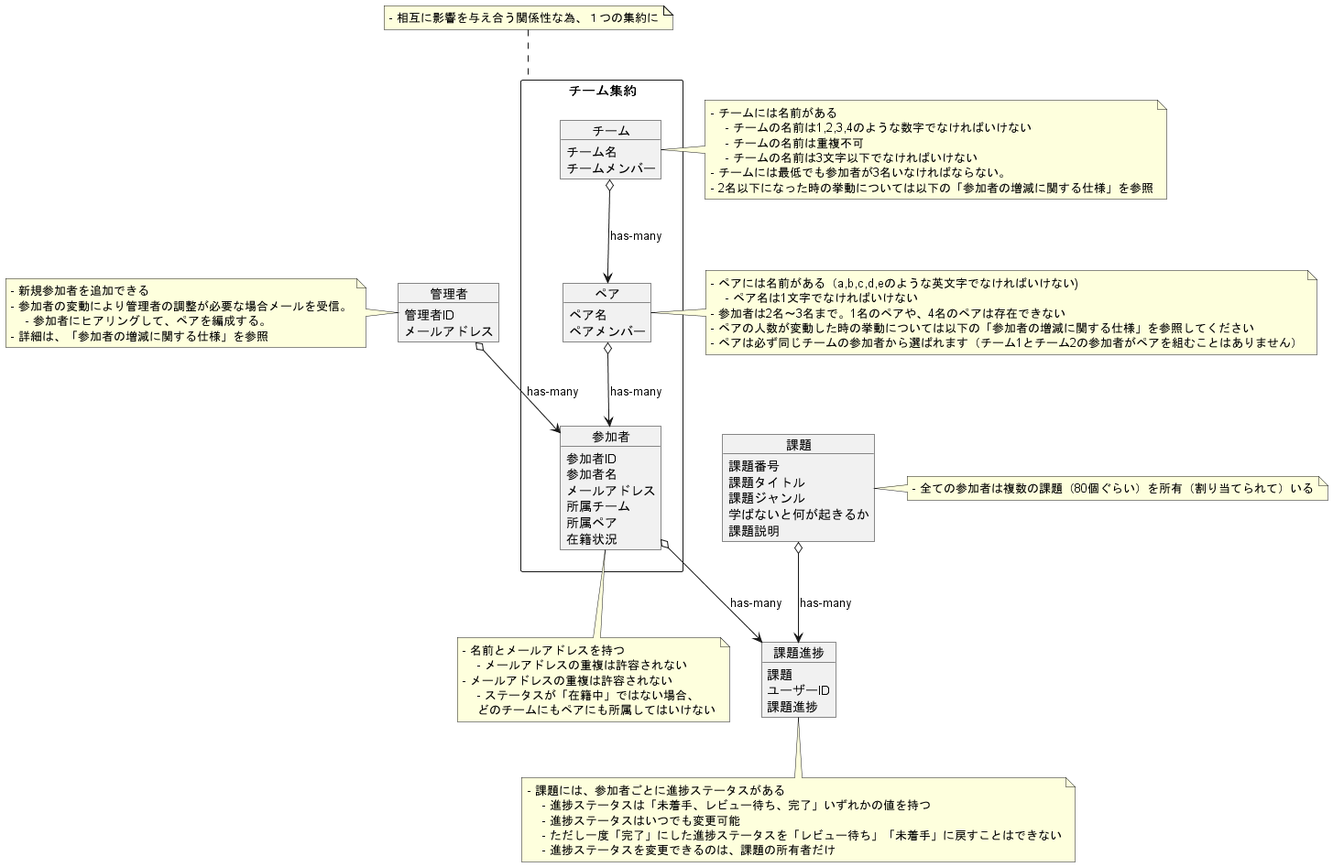
Above: 95IG7y3HHX7yl4/03_設計/04_特大課題：プラハチャレンジをDDDで実装してみる/ドメインモデル図/domain.png in praha-inc/praha-challenge-7 (PlantUML), before the change.
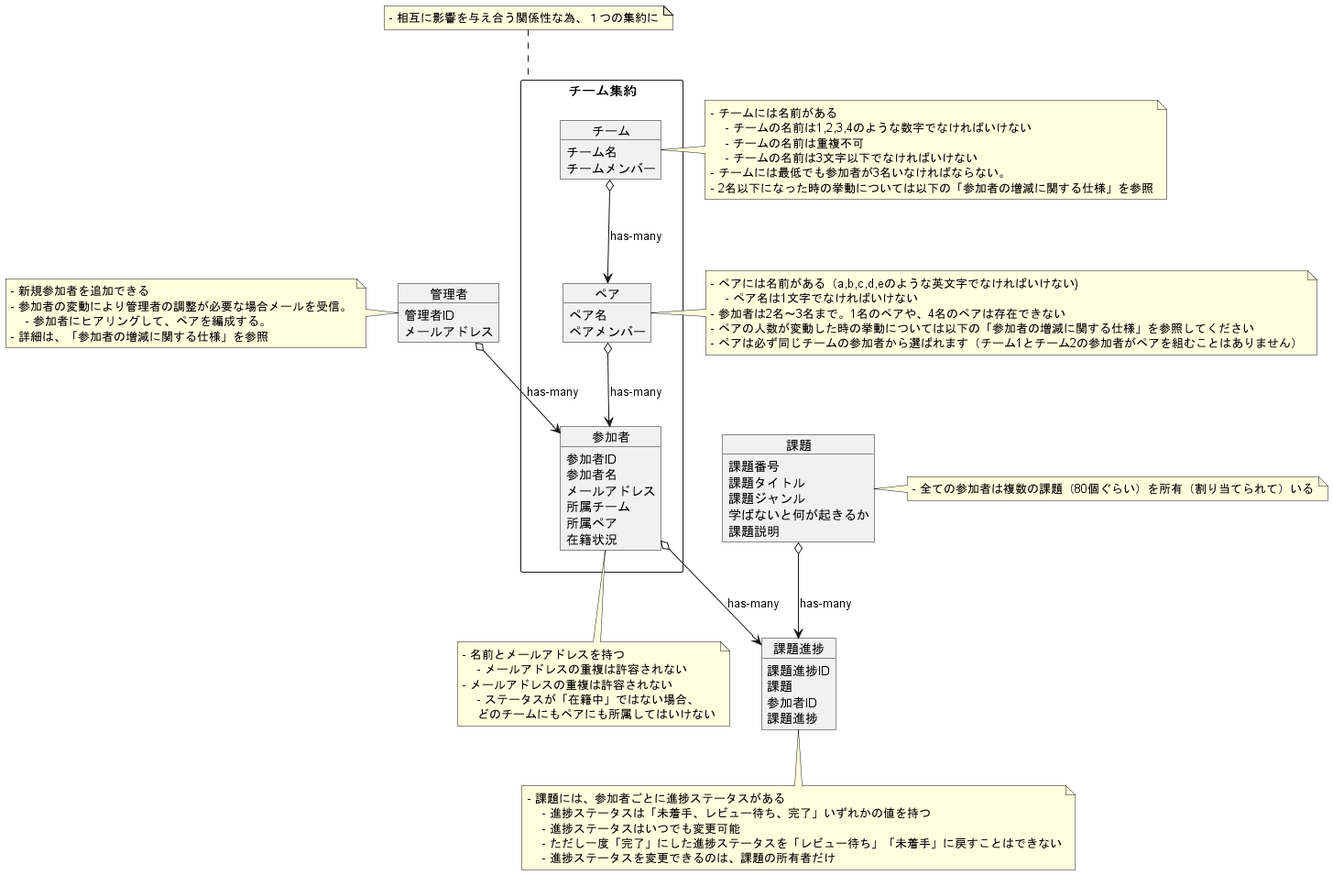
After the change.

Commit message:
モデリングの課題進捗を修正

The edit, as a diff of the source:
```diff
@@ -25,8 +25,9 @@
 end note
 
 object 課題進捗 {
+    課題進捗ID
     課題
-    ユーザーID
+    参加者ID
     課題進捗
 }
 
```
